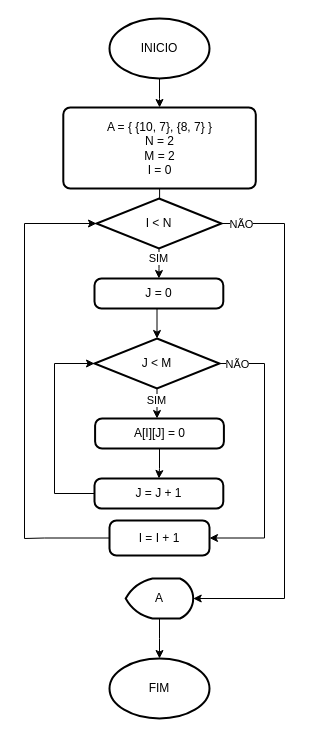
gabriel-carvalhos/fluxogramas-bootcamp-cdb keeps this draw.io diagram as Simulado-15.drawio. Above is the earlier version. Source tidied: cells renumbered, new cells numbered last; positions are measured from the earlier drawing's top-left corner, leaving out a move shared by most shapes. Both pictures are drawn from the tidied source at 100%, with x=0, y=0 at pixel (24, 18).
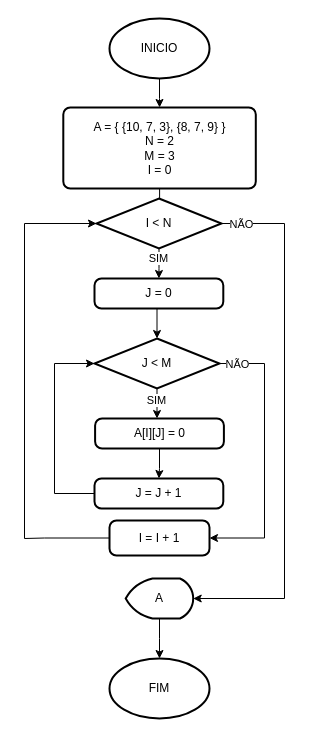
Above is the later version.

Diff of the diagram source:
```diff
@@
-    <mxCell id="6" value="&lt;div&gt;&lt;span style=&quot;background-color: transparent; color: light-dark(rgb(0, 0, 0), rgb(255, 255, 255));&quot;&gt;A = {&amp;nbsp;&lt;/span&gt;&lt;span style=&quot;background-color: transparent; color: light-dark(rgb(0, 0, 0), rgb(255, 255, 255));&quot;&gt;{10, 7},&amp;nbsp;&lt;/span&gt;&lt;span style=&quot;background-color: transparent; color: light-dark(rgb(0, 0, 0), rgb(255, 255, 255));&quot;&gt;{8, 7}&amp;nbsp;&lt;/span&gt;&lt;span style=&quot;background-color: transparent; color: light-dark(rgb(0, 0, 0), rgb(255, 255, 255));&quot;&gt;}&lt;/span&gt;&lt;/div&gt;&lt;div&gt;N = 2&lt;/div&gt;&lt;div&gt;M = 2&lt;/div&gt;&lt;div&gt;I = 0&lt;/div&gt;" style="rounded=1;whiteSpace=wrap;html=1;absoluteArcSize=1;arcSize=14;strokeWidth=2;" parent="1" vertex="1">
+    <mxCell id="6" value="&lt;div&gt;&lt;span style=&quot;background-color: transparent; color: light-dark(rgb(0, 0, 0), rgb(255, 255, 255));&quot;&gt;A = {&amp;nbsp;&lt;/span&gt;&lt;span style=&quot;background-color: transparent; color: light-dark(rgb(0, 0, 0), rgb(255, 255, 255));&quot;&gt;{10, 7, 3},&amp;nbsp;&lt;/span&gt;&lt;span style=&quot;background-color: transparent; color: light-dark(rgb(0, 0, 0), rgb(255, 255, 255));&quot;&gt;{8, 7, 9}&amp;nbsp;&lt;/span&gt;&lt;span style=&quot;background-color: transparent; color: light-dark(rgb(0, 0, 0), rgb(255, 255, 255));&quot;&gt;}&lt;/span&gt;&lt;/div&gt;&lt;div&gt;N = 2&lt;/div&gt;&lt;div&gt;M = 3&lt;/div&gt;&lt;div&gt;I = 0&lt;/div&gt;" style="rounded=1;whiteSpace=wrap;html=1;absoluteArcSize=1;arcSize=14;strokeWidth=2;" parent="1" vertex="1">
       <mxGeometry x="38.8" y="89" width="192.5" height="81" as="geometry" />
     </mxCell>
```
